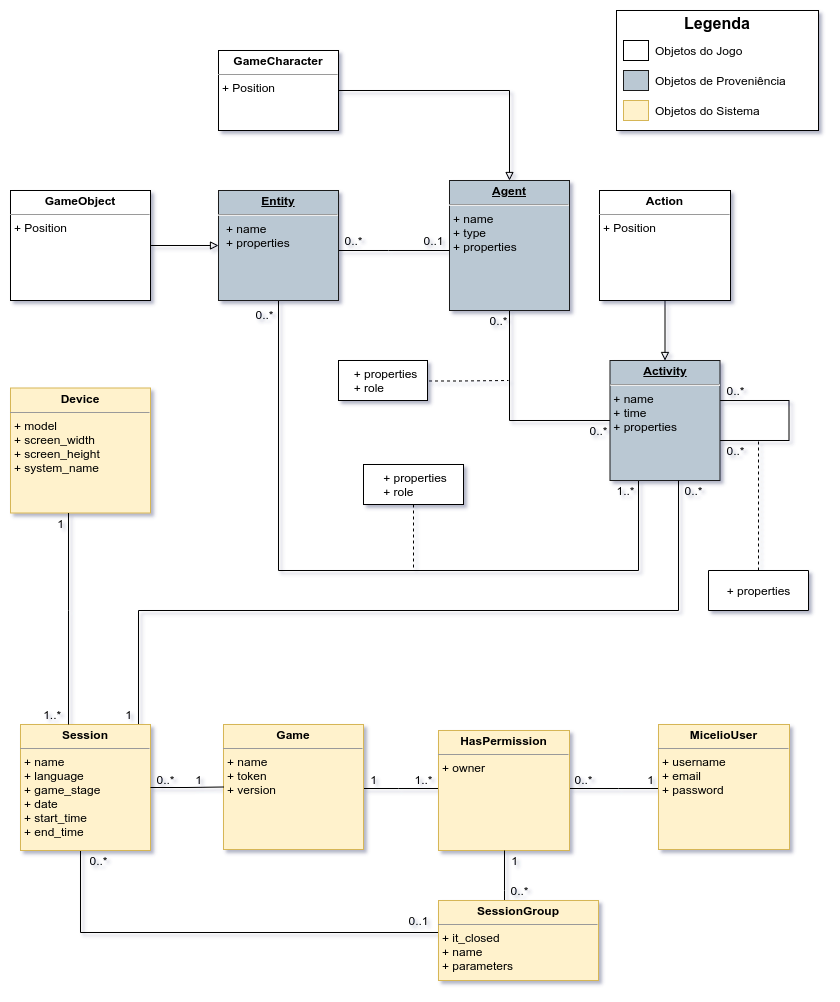
multisens/micelio keeps this draw.io diagram as Documentation/Diagramas/modelo-de-dados.png. Above is the earlier version. Source tidied: cells renumbered, new cells last; positions are measured from the earlier drawing's top-left corner, leaving out a move shared by most shapes.
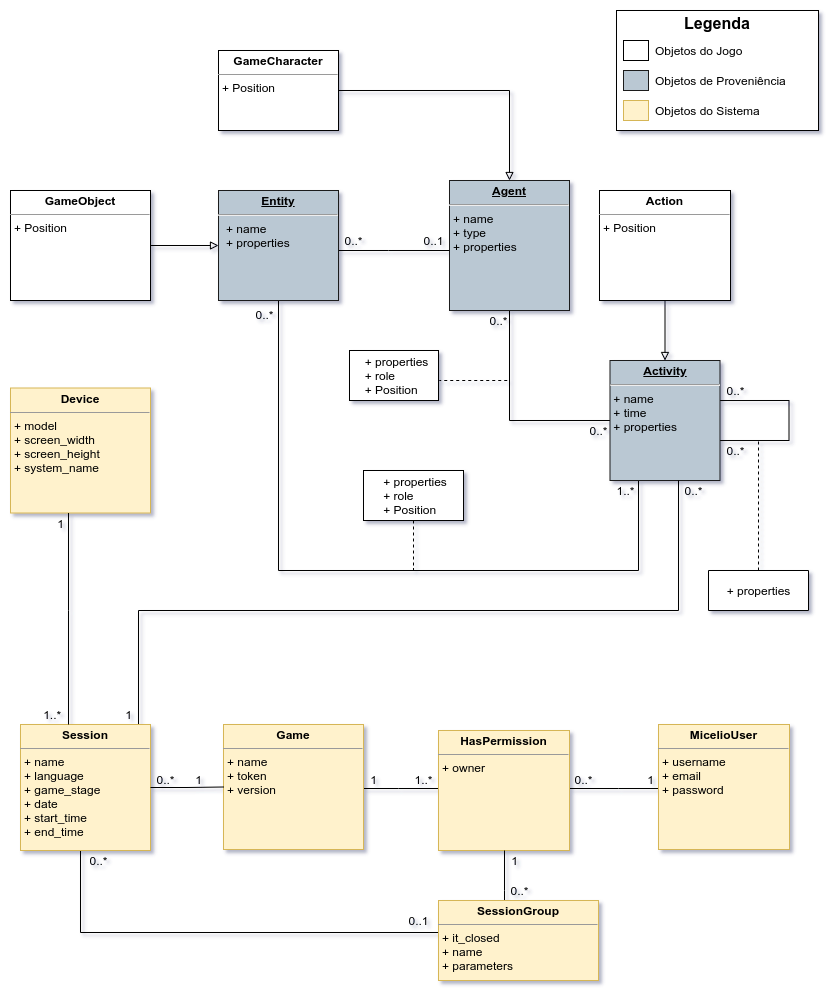
After the commit.

Change to the diagram source:
```diff
@@ -150,19 +150,19 @@
     <mxCell id="38" value="0..*" style="text;html=1;align=center;verticalAlign=middle;" parent="1" vertex="1">
       <mxGeometry x="573" y="410" width="30" height="20" as="geometry" />
     </mxCell>
-    <mxCell id="39" value="&lt;p style=&quot;text-align: left ; margin: 0px 0px 0px 4px&quot;&gt;+ properties&lt;/p&gt;&lt;p style=&quot;text-align: left ; margin: 0px 0px 0px 4px&quot;&gt;+ role&lt;/p&gt;" style="shape=umlLifeline;perimeter=lifelinePerimeter;whiteSpace=wrap;html=1;" parent="1" vertex="1">
-      <mxGeometry x="353" y="454" width="100" height="105" as="geometry" />
+    <mxCell id="39" value="&lt;p style=&quot;text-align: left ; margin: 0px 0px 0px 4px&quot;&gt;+ properties&lt;/p&gt;&lt;p style=&quot;text-align: left ; margin: 0px 0px 0px 4px&quot;&gt;+ role&lt;/p&gt;&lt;p style=&quot;text-align: left ; margin: 0px 0px 0px 4px&quot;&gt;&lt;span&gt;+ Position&lt;/span&gt;&lt;br&gt;&lt;/p&gt;" style="shape=umlLifeline;perimeter=lifelinePerimeter;whiteSpace=wrap;html=1;size=50;" parent="1" vertex="1">
+      <mxGeometry x="353" y="460" width="100" height="99" as="geometry" />
     </mxCell>
-    <mxCell id="40" style="edgeStyle=orthogonalEdgeStyle;rounded=0;jettySize=auto;html=1;endArrow=none;endFill=0;dashed=1;exitX=1.017;exitY=0.512;exitDx=0;exitDy=0;exitPerimeter=0;" parent="1" edge="1" source="41">
+    <mxCell id="40" style="edgeStyle=orthogonalEdgeStyle;rounded=0;jettySize=auto;html=1;endArrow=none;endFill=0;dashed=1;exitX=0.997;exitY=0.599;exitDx=0;exitDy=0;exitPerimeter=0;" parent="1" edge="1" source="41">
       <mxGeometry relative="1" as="geometry">
         <mxPoint x="498" y="370" as="targetPoint" />
         <Array as="points">
-          <mxPoint x="449" y="371" />
+          <mxPoint x="429" y="370" />
         </Array>
       </mxGeometry>
     </mxCell>
-    <mxCell id="41" value="&lt;p style=&quot;text-align: left ; margin: 0px 0px 0px 4px&quot;&gt;+ properties&lt;/p&gt;&lt;p style=&quot;text-align: left ; margin: 0px 0px 0px 4px&quot;&gt;+ role&lt;/p&gt;" style="html=1;" parent="1" vertex="1">
-      <mxGeometry x="328" y="350" width="89" height="40" as="geometry" />
+    <mxCell id="41" value="&lt;p style=&quot;text-align: left ; margin: 0px 0px 0px 4px&quot;&gt;+ properties&lt;/p&gt;&lt;p style=&quot;text-align: left ; margin: 0px 0px 0px 4px&quot;&gt;+ role&lt;/p&gt;&lt;p style=&quot;text-align: left ; margin: 0px 0px 0px 4px&quot;&gt;+ Position&lt;br&gt;&lt;/p&gt;" style="html=1;" parent="1" vertex="1">
+      <mxGeometry x="339" y="340" width="89" height="50" as="geometry" />
     </mxCell>
     <mxCell id="42" style="edgeStyle=orthogonalEdgeStyle;rounded=0;jettySize=auto;html=1;endArrow=block;endFill=0;" parent="1" edge="1" source="43" target="3">
       <mxGeometry relative="1" as="geometry" />
```
